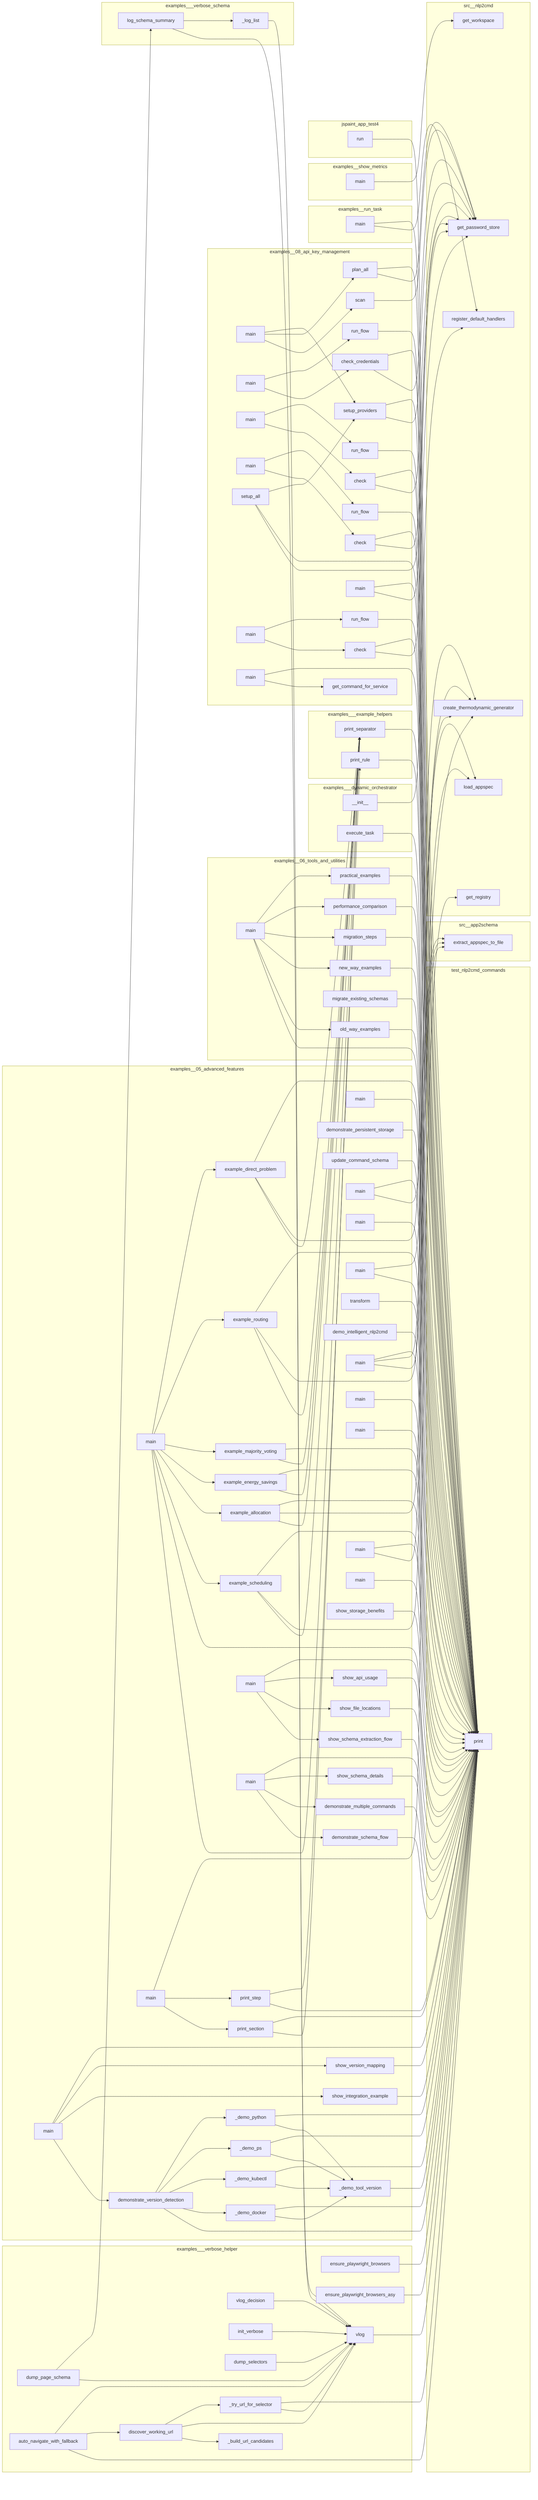
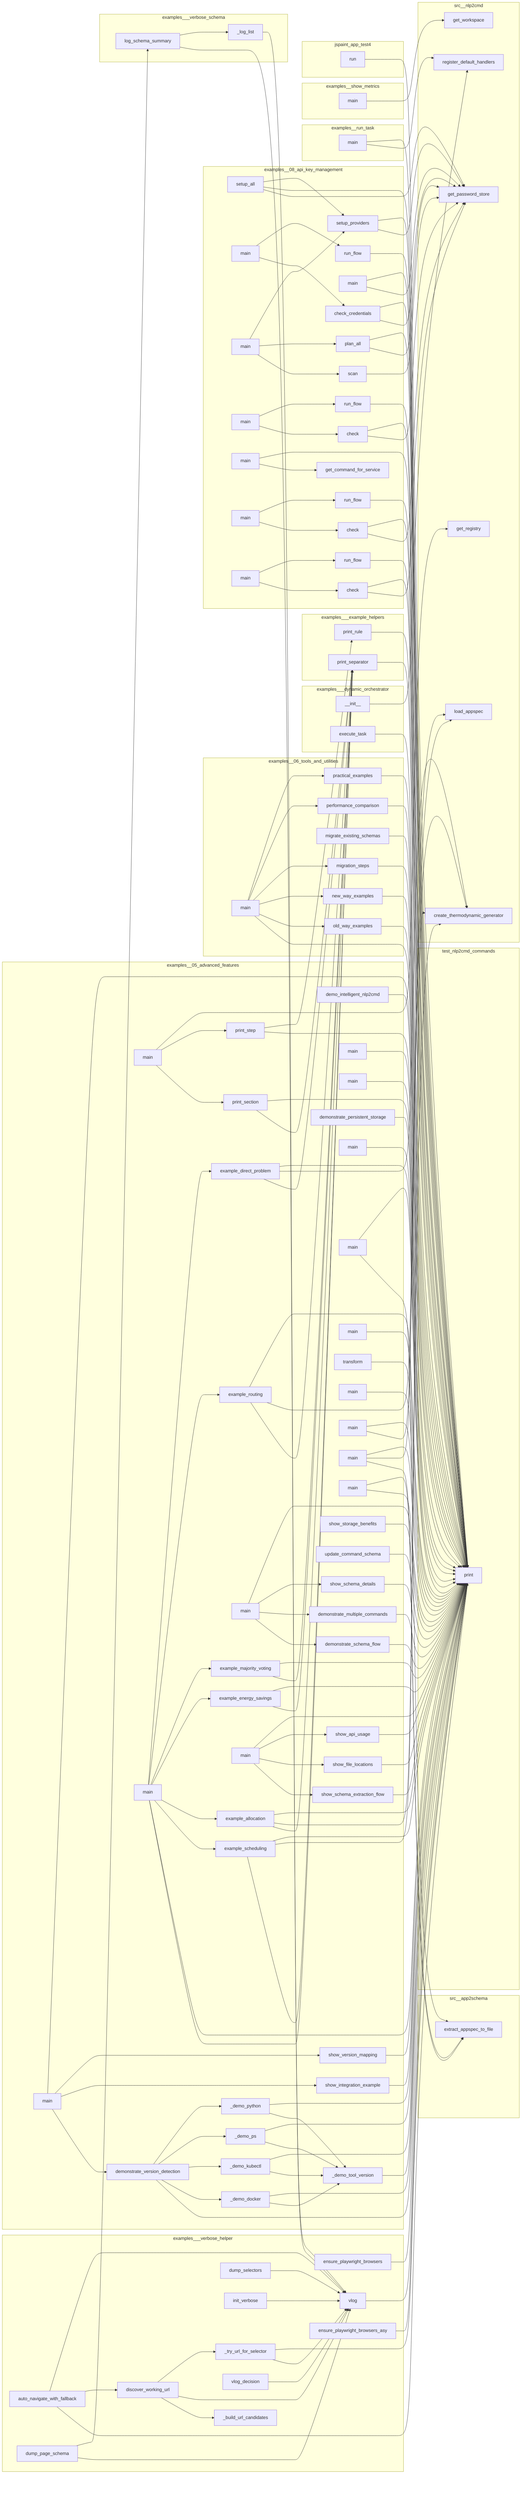
flowchart LR
%% generated in 0.08s
    subgraph examples__05_advanced_features
+         examples__05_advanced_features__dynamic_schemas__demo_version_detection___demo_tool_version["_demo_tool_version"]
+         examples__05_advanced_features__dynamic_schemas__demo_version_detection__demonstrate_version_detection["demonstrate_version_detection"]
+         examples__05_advanced_features__schema_driven_architecture__end_to_end_demo__main["main"]
+         examples__05_advanced_features__dynamic_schemas__demo_intelligent_nlp2cmd__demo_intelligent_nlp2cmd["demo_intelligent_nlp2cmd"]
+         examples__05_advanced_features__dynamic_schemas__schema_flow_demo__show_api_usage["show_api_usage"]
        examples__05_advanced_features__dynamic_schemas__schema_flow_demo__show_schema_extraction_flow["show_schema_extraction_flow"]
+         examples__05_advanced_features__schema_driven_architecture__04_plan_executor__demo__main["main"]
+         examples__05_advanced_features__thermodynamic_computing__example__example_majority_voting["example_majority_voting"]
+         examples__05_advanced_features__thermodynamic_computing__example__example_energy_savings["example_energy_savings"]
+         examples__05_advanced_features__dynamic_schemas__demo_version_detection__main["main"]
+         examples__05_advanced_features__thermodynamic_computing__example__main["main"]
+         examples__05_advanced_features__dynamic_schemas__simple_schema_demo__main["main"]
+         examples__05_advanced_features__thermodynamic_computing__example__example_routing["example_routing"]
+         examples__05_advanced_features__dynamic_schemas__demo_schema_flow__demonstrate_schema_flow["demonstrate_schema_flow"]
+         examples__05_advanced_features__dynamic_schemas__demo_persistent_storage__demonstrate_persistent_storage["demonstrate_persistent_storage"]
+         examples__05_advanced_features__schema_driven_architecture__03_llm_planner__demo__main["main"]
+         examples__05_advanced_features__dynamic_schemas__demo_version_detection___demo_ps["_demo_ps"]
+         examples__05_advanced_features__dynamic_schemas__demo_schema_flow__demonstrate_multiple_commands["demonstrate_multiple_commands"]
+         examples__05_advanced_features__dynamic_schemas__schema_flow_demo__show_file_locations["show_file_locations"]
+         examples__05_advanced_features__dynamic_schemas__demo_version_detection___demo_docker["_demo_docker"]
+         examples__05_advanced_features__dynamic_schemas__example__main["main"]
+         examples__05_advanced_features__dynamic_schemas__demo_version_detection__show_version_mapping["show_version_mapping"]
+         examples__05_advanced_features__schema_driven_architecture__02_decision_router__demo__main["main"]
+         examples__05_advanced_features__dynamic_schemas__demo_intelligent_nlp2cmd__IntelligentNLP2CMD__transform["transform"]
        examples__05_advanced_features__schema_driven_architecture__end_to_end_demo__print_step["print_step"]
-         examples__05_advanced_features__schema_driven_architecture__04_plan_executor__demo__main["main"]
+         examples__05_advanced_features__schema_driven_architecture__05_result_aggregator__demo__main["main"]
+         examples__05_advanced_features__dynamic_schemas__demo_schema_flow__main["main"]
+         examples__05_advanced_features__dynamic_schemas__demo_version_detection__show_integration_example["show_integration_example"]
+         examples__05_advanced_features__schema_driven_architecture__manual_appspec__main["main"]
+         examples__05_advanced_features__dynamic_schemas__demo_version_detection___demo_python["_demo_python"]
+         examples__05_advanced_features__schema_driven_architecture__end_to_end_demo__print_section["print_section"]
+         examples__05_advanced_features__dynamic_schemas__schema_flow_demo__main["main"]
+         examples__05_advanced_features__schema_driven_architecture__mvp__main["main"]
+         examples__05_advanced_features__thermodynamic_computing__example__example_scheduling["example_scheduling"]
+         examples__05_advanced_features__dynamic_schemas__demo_enhanced__main["main"]
+         examples__05_advanced_features__dynamic_schemas__demo_schema_flow__show_schema_details["show_schema_details"]
        examples__05_advanced_features__thermodynamic_computing__example__example_direct_problem["example_direct_problem"]
+         examples__05_advanced_features__thermodynamic_computing__example__example_allocation["example_allocation"]
        examples__05_advanced_features__dynamic_schemas__demo_version_detection___demo_kubectl["_demo_kubectl"]
-         examples__05_advanced_features__dynamic_schemas__demo_version_detection___demo_ps["_demo_ps"]
-         examples__05_advanced_features__dynamic_schemas__demo_persistent_storage__demonstrate_persistent_storage["demonstrate_persistent_storage"]
-         examples__05_advanced_features__dynamic_schemas__demo_version_detection___demo_python["_demo_python"]
+         examples__05_advanced_features__dynamic_schemas__demo_persistent_storage__show_storage_benefits["show_storage_benefits"]
        examples__05_advanced_features__dynamic_schemas__demo_intelligent_nlp2cmd__IntelligentNLP2CMD__update_command_schema["update_command_schema"]
-         examples__05_advanced_features__thermodynamic_computing__example__main["main"]
-         examples__05_advanced_features__dynamic_schemas__example__main["main"]
-         examples__05_advanced_features__schema_driven_architecture__02_decision_router__demo__main["main"]
-         examples__05_advanced_features__dynamic_schemas__schema_flow_demo__show_file_locations["show_file_locations"]
-         examples__05_advanced_features__dynamic_schemas__demo_version_detection___demo_tool_version["_demo_tool_version"]
-         examples__05_advanced_features__thermodynamic_computing__example__example_routing["example_routing"]
-         examples__05_advanced_features__dynamic_schemas__demo_enhanced__main["main"]
-         examples__05_advanced_features__thermodynamic_computing__example__example_allocation["example_allocation"]
-         examples__05_advanced_features__dynamic_schemas__demo_intelligent_nlp2cmd__IntelligentNLP2CMD__transform["transform"]
-         examples__05_advanced_features__dynamic_schemas__demo_intelligent_nlp2cmd__demo_intelligent_nlp2cmd["demo_intelligent_nlp2cmd"]
-         examples__05_advanced_features__dynamic_schemas__schema_flow_demo__main["main"]
-         examples__05_advanced_features__dynamic_schemas__demo_schema_flow__main["main"]
-         examples__05_advanced_features__schema_driven_architecture__mvp__main["main"]
-         examples__05_advanced_features__dynamic_schemas__demo_version_detection__show_integration_example["show_integration_example"]
-         examples__05_advanced_features__schema_driven_architecture__05_result_aggregator__demo__main["main"]
-         examples__05_advanced_features__schema_driven_architecture__end_to_end_demo__main["main"]
-         examples__05_advanced_features__dynamic_schemas__simple_schema_demo__main["main"]
-         examples__05_advanced_features__dynamic_schemas__demo_version_detection__demonstrate_version_detection["demonstrate_version_detection"]
-         examples__05_advanced_features__dynamic_schemas__demo_schema_flow__demonstrate_multiple_commands["demonstrate_multiple_commands"]
-         examples__05_advanced_features__dynamic_schemas__demo_version_detection___demo_docker["_demo_docker"]
-         examples__05_advanced_features__thermodynamic_computing__example__example_energy_savings["example_energy_savings"]
-         examples__05_advanced_features__dynamic_schemas__schema_flow_demo__show_api_usage["show_api_usage"]
-         examples__05_advanced_features__schema_driven_architecture__end_to_end_demo__print_section["print_section"]
-         examples__05_advanced_features__dynamic_schemas__demo_version_detection__show_version_mapping["show_version_mapping"]
-         examples__05_advanced_features__dynamic_schemas__demo_schema_flow__demonstrate_schema_flow["demonstrate_schema_flow"]
-         examples__05_advanced_features__dynamic_schemas__demo_schema_flow__show_schema_details["show_schema_details"]
-         examples__05_advanced_features__schema_driven_architecture__manual_appspec__main["main"]
-         examples__05_advanced_features__schema_driven_architecture__03_llm_planner__demo__main["main"]
-         examples__05_advanced_features__thermodynamic_computing__example__example_scheduling["example_scheduling"]
-         examples__05_advanced_features__thermodynamic_computing__example__example_majority_voting["example_majority_voting"]
-         examples__05_advanced_features__dynamic_schemas__demo_version_detection__main["main"]
-         examples__05_advanced_features__dynamic_schemas__demo_persistent_storage__show_storage_benefits["show_storage_benefits"]
    end
    subgraph examples__06_tools_and_utilities
        examples__06_tools_and_utilities__migration_tools__guide__new_way_examples["new_way_examples"]
+         examples__06_tools_and_utilities__migration_tools__guide__practical_examples["practical_examples"]
+         examples__06_tools_and_utilities__migration_tools__demo_versioned_schemas__migrate_existing_schemas["migrate_existing_schemas"]
+         examples__06_tools_and_utilities__migration_tools__guide__main["main"]
+         examples__06_tools_and_utilities__migration_tools__guide__performance_comparison["performance_comparison"]
+         examples__06_tools_and_utilities__migration_tools__guide__migration_steps["migration_steps"]
        examples__06_tools_and_utilities__migration_tools__guide__old_way_examples["old_way_examples"]
-         examples__06_tools_and_utilities__migration_tools__guide__migration_steps["migration_steps"]
-         examples__06_tools_and_utilities__migration_tools__guide__performance_comparison["performance_comparison"]
-         examples__06_tools_and_utilities__migration_tools__demo_versioned_schemas__migrate_existing_schemas["migrate_existing_schemas"]
-         examples__06_tools_and_utilities__migration_tools__guide__practical_examples["practical_examples"]
-         examples__06_tools_and_utilities__migration_tools__guide__main["main"]
    end
    subgraph examples__08_api_key_management
+         examples__08_api_key_management__03_github_token__run__check["check"]
+         examples__08_api_key_management__02_openrouter_key__run__check_credentials["check_credentials"]
+         examples__08_api_key_management__04_huggingface_token__run__run_flow["run_flow"]
        examples__08_api_key_management__04_huggingface_token__run__check["check"]
+         examples__08_api_key_management__06_multi_provider__run__setup_all["setup_all"]
+         examples__08_api_key_management__01_diagnose_credentials__run__main["main"]
+         examples__08_api_key_management__05_openai_key__run__run_flow["run_flow"]
+         examples__08_api_key_management__02_openrouter_key__run__main["main"]
+         examples__08_api_key_management__06_multi_provider__run__plan_all["plan_all"]
+         examples__08_api_key_management__02_openrouter_key__run__run_flow["run_flow"]
        examples__08_api_key_management__06_multi_provider__run__main["main"]
-         examples__08_api_key_management__02_openrouter_key__run__main["main"]
-         examples__08_api_key_management__04_huggingface_token__run__run_flow["run_flow"]
+         examples__08_api_key_management__06_multi_provider__run__scan["scan"]
+         examples__08_api_key_management__04_huggingface_token__run__main["main"]
+         examples__08_api_key_management__01_diagnose_credentials_nlp2cmd__main["main"]
+         examples__08_api_key_management__05_openai_key__run__main["main"]
+         examples__08_api_key_management__03_github_token__run__main["main"]
+         examples__08_api_key_management__05_openai_key__run__check["check"]
+         examples__08_api_key_management__01_diagnose_credentials_nlp2cmd__get_command_for_service["get_command_for_service"]
+         examples__08_api_key_management__06_multi_provider__run__setup_providers["setup_providers"]
        examples__08_api_key_management__03_github_token__run__run_flow["run_flow"]
-         examples__08_api_key_management__05_openai_key__run__main["main"]
-         examples__08_api_key_management__05_openai_key__run__run_flow["run_flow"]
-         examples__08_api_key_management__02_openrouter_key__run__run_flow["run_flow"]
-         examples__08_api_key_management__04_huggingface_token__run__main["main"]
-         examples__08_api_key_management__06_multi_provider__run__plan_all["plan_all"]
-         examples__08_api_key_management__02_openrouter_key__run__check_credentials["check_credentials"]
-         examples__08_api_key_management__06_multi_provider__run__setup_providers["setup_providers"]
-         examples__08_api_key_management__01_diagnose_credentials_nlp2cmd__get_command_for_service["get_command_for_service"]
-         examples__08_api_key_management__06_multi_provider__run__setup_all["setup_all"]
-         examples__08_api_key_management__03_github_token__run__main["main"]
-         examples__08_api_key_management__06_multi_provider__run__scan["scan"]
-         examples__08_api_key_management__03_github_token__run__check["check"]
-         examples__08_api_key_management__01_diagnose_credentials__run__main["main"]
-         examples__08_api_key_management__05_openai_key__run__check["check"]
-         examples__08_api_key_management__01_diagnose_credentials_nlp2cmd__main["main"]
    end
    subgraph examples___dynamic_orchestrator
        examples___dynamic_orchestrator__DynamicOrchestrator____init__["__init__"]
        examples___dynamic_orchestrator__DynamicOrchestrator__execute_task["execute_task"]
    end
    subgraph examples___example_helpers
        examples___example_helpers__print_separator["print_separator"]
        examples___example_helpers__print_rule["print_rule"]
    end
    subgraph examples___verbose_helper
+         examples___verbose_helper___try_url_for_selector["_try_url_for_selector"]
+         examples___verbose_helper__auto_navigate_with_fallback["auto_navigate_with_fallback"]
        examples___verbose_helper__dump_page_schema["dump_page_schema"]
-         examples___verbose_helper__vlog_decision["vlog_decision"]
+         examples___verbose_helper__dump_selectors["dump_selectors"]
+         examples___verbose_helper__discover_working_url["discover_working_url"]
        examples___verbose_helper__ensure_playwright_browsers["ensure_playwright_browsers"]
        examples___verbose_helper__init_verbose["init_verbose"]
+         examples___verbose_helper__vlog["vlog"]
+         examples___verbose_helper___build_url_candidates["_build_url_candidates"]
        examples___verbose_helper__ensure_playwright_browsers_async["ensure_playwright_browsers_asy"]
-         examples___verbose_helper__dump_selectors["dump_selectors"]
-         examples___verbose_helper___try_url_for_selector["_try_url_for_selector"]
-         examples___verbose_helper__discover_working_url["discover_working_url"]
-         examples___verbose_helper___build_url_candidates["_build_url_candidates"]
-         examples___verbose_helper__vlog["vlog"]
-         examples___verbose_helper__auto_navigate_with_fallback["auto_navigate_with_fallback"]
+         examples___verbose_helper__vlog_decision["vlog_decision"]
    end
    subgraph examples___verbose_schema
+         examples___verbose_schema__log_schema_summary["log_schema_summary"]
        examples___verbose_schema___log_list["_log_list"]
-         examples___verbose_schema__log_schema_summary["log_schema_summary"]
    end
    subgraph examples__run_task
        examples__run_task__main["main"]
    end
    subgraph examples__show_metrics
        examples__show_metrics__main["main"]
    end
    subgraph jspaint_app_test4
        jspaint_app_test4__run["run"]
    end
    subgraph src__app2schema
        src__app2schema__extract__extract_appspec_to_file["extract_appspec_to_file"]
    end
    subgraph src__nlp2cmd
+         src__nlp2cmd__automation__password_store__get_password_store["get_password_store"]
+         src__nlp2cmd__generation__thermodynamic__create_thermodynamic_generator["create_thermodynamic_generator"]
        src__nlp2cmd__appspec_runtime__load_appspec["load_appspec"]
-         src__nlp2cmd__generation__thermodynamic__create_thermodynamic_generator["create_thermodynamic_generator"]
-         src__nlp2cmd__orchestration__handlers__register_default_handlers["register_default_handlers"]
        src__nlp2cmd__orchestration__learned_path__get_workspace["get_workspace"]
        src__nlp2cmd__registry__get_registry__get_registry["get_registry"]
-         src__nlp2cmd__automation__password_store__get_password_store["get_password_store"]
+         src__nlp2cmd__orchestration__handlers__register_default_handlers["register_default_handlers"]
    end
    subgraph test_nlp2cmd_commands
        test_nlp2cmd_commands__print["print"]
    end
    jspaint_app_test4__run --> test_nlp2cmd_commands__print
    examples__show_metrics__main --> src__nlp2cmd__orchestration__learned_path__get_workspace
    examples___verbose_schema___log_list --> examples___verbose_helper__vlog
    examples___verbose_schema__log_schema_summary --> examples___verbose_helper__vlog
    examples___verbose_schema__log_schema_summary --> examples___verbose_schema___log_list
    examples___dynamic_orchestrator__DynamicOrchestrator____init__ --> src__nlp2cmd__orchestration__handlers__register_default_handlers
    examples___dynamic_orchestrator__DynamicOrchestrator__execute_task --> test_nlp2cmd_commands__print
    examples___example_helpers__print_separator --> test_nlp2cmd_commands__print
    examples___example_helpers__print_rule --> test_nlp2cmd_commands__print
    examples___verbose_helper__init_verbose --> examples___verbose_helper__vlog
    examples___verbose_helper__vlog --> test_nlp2cmd_commands__print
    examples___verbose_helper__dump_page_schema --> examples___verbose_helper__vlog
    examples___verbose_helper__dump_page_schema --> examples___verbose_schema__log_schema_summary
    examples___verbose_helper__dump_selectors --> examples___verbose_helper__vlog
    examples___verbose_helper__vlog_decision --> examples___verbose_helper__vlog
    examples___verbose_helper__ensure_playwright_browsers --> test_nlp2cmd_commands__print
    examples___verbose_helper__ensure_playwright_browsers_async --> test_nlp2cmd_commands__print
    examples___verbose_helper___try_url_for_selector --> examples___verbose_helper__vlog
    examples___verbose_helper___try_url_for_selector --> test_nlp2cmd_commands__print
    examples___verbose_helper__discover_working_url --> examples___verbose_helper___build_url_candidates
    examples___verbose_helper__discover_working_url --> examples___verbose_helper__vlog
    examples___verbose_helper__discover_working_url --> examples___verbose_helper___try_url_for_selector
    examples___verbose_helper__auto_navigate_with_fallback --> test_nlp2cmd_commands__print
    examples___verbose_helper__auto_navigate_with_fallback --> examples___verbose_helper__discover_working_url
    examples___verbose_helper__auto_navigate_with_fallback --> examples___verbose_helper__vlog
    examples__run_task__main --> src__nlp2cmd__orchestration__handlers__register_default_handlers
    examples__run_task__main --> test_nlp2cmd_commands__print
    examples__05_advanced_features__thermodynamic_computing__example__example_scheduling --> examples___example_helpers__print_separator
    examples__05_advanced_features__thermodynamic_computing__example__example_scheduling --> src__nlp2cmd__generation__thermodynamic__create_thermodynamic_generator
    examples__05_advanced_features__thermodynamic_computing__example__example_scheduling --> test_nlp2cmd_commands__print
    examples__05_advanced_features__thermodynamic_computing__example__example_allocation --> examples___example_helpers__print_separator
    examples__05_advanced_features__thermodynamic_computing__example__example_allocation --> src__nlp2cmd__generation__thermodynamic__create_thermodynamic_generator
    examples__05_advanced_features__thermodynamic_computing__example__example_allocation --> test_nlp2cmd_commands__print
    examples__05_advanced_features__thermodynamic_computing__example__example_energy_savings --> examples___example_helpers__print_separator
    examples__05_advanced_features__thermodynamic_computing__example__example_energy_savings --> test_nlp2cmd_commands__print
    examples__05_advanced_features__thermodynamic_computing__example__example_majority_voting --> examples___example_helpers__print_separator
    examples__05_advanced_features__thermodynamic_computing__example__example_majority_voting --> test_nlp2cmd_commands__print
    examples__05_advanced_features__thermodynamic_computing__example__example_routing --> examples___example_helpers__print_separator
    examples__05_advanced_features__thermodynamic_computing__example__example_routing --> src__nlp2cmd__generation__thermodynamic__create_thermodynamic_generator
    examples__05_advanced_features__thermodynamic_computing__example__example_routing --> test_nlp2cmd_commands__print
    examples__05_advanced_features__thermodynamic_computing__example__example_direct_problem --> examples___example_helpers__print_separator
    examples__05_advanced_features__thermodynamic_computing__example__example_direct_problem --> src__nlp2cmd__generation__thermodynamic__create_thermodynamic_generator
    examples__05_advanced_features__thermodynamic_computing__example__example_direct_problem --> test_nlp2cmd_commands__print
    examples__05_advanced_features__thermodynamic_computing__example__main --> examples___example_helpers__print_separator
    examples__05_advanced_features__thermodynamic_computing__example__main --> test_nlp2cmd_commands__print
    examples__05_advanced_features__thermodynamic_computing__example__main --> examples__05_advanced_features__thermodynamic_computing__example__example_scheduling
    examples__05_advanced_features__thermodynamic_computing__example__main --> examples__05_advanced_features__thermodynamic_computing__example__example_allocation
    examples__05_advanced_features__thermodynamic_computing__example__main --> examples__05_advanced_features__thermodynamic_computing__example__example_energy_savings
    examples__05_advanced_features__thermodynamic_computing__example__main --> examples__05_advanced_features__thermodynamic_computing__example__example_majority_voting
    examples__05_advanced_features__thermodynamic_computing__example__main --> examples__05_advanced_features__thermodynamic_computing__example__example_routing
    examples__05_advanced_features__thermodynamic_computing__example__main --> examples__05_advanced_features__thermodynamic_computing__example__example_direct_problem
    examples__05_advanced_features__schema_driven_architecture__manual_appspec__main --> src__nlp2cmd__appspec_runtime__load_appspec
    examples__05_advanced_features__schema_driven_architecture__manual_appspec__main --> test_nlp2cmd_commands__print
    examples__05_advanced_features__schema_driven_architecture__end_to_end_demo__print_section --> examples___example_helpers__print_separator
    examples__05_advanced_features__schema_driven_architecture__end_to_end_demo__print_section --> test_nlp2cmd_commands__print
    examples__05_advanced_features__schema_driven_architecture__end_to_end_demo__print_step --> test_nlp2cmd_commands__print
    examples__05_advanced_features__schema_driven_architecture__end_to_end_demo__print_step --> examples___example_helpers__print_rule
    examples__05_advanced_features__schema_driven_architecture__end_to_end_demo__main --> examples__05_advanced_features__schema_driven_architecture__end_to_end_demo__print_section
    examples__05_advanced_features__schema_driven_architecture__end_to_end_demo__main --> examples__05_advanced_features__schema_driven_architecture__end_to_end_demo__print_step
    examples__05_advanced_features__schema_driven_architecture__end_to_end_demo__main --> src__nlp2cmd__registry__get_registry__get_registry
    examples__05_advanced_features__schema_driven_architecture__mvp__main --> src__app2schema__extract__extract_appspec_to_file
    examples__05_advanced_features__schema_driven_architecture__mvp__main --> src__nlp2cmd__appspec_runtime__load_appspec
    examples__05_advanced_features__schema_driven_architecture__mvp__main --> test_nlp2cmd_commands__print
    examples__05_advanced_features__schema_driven_architecture__05_result_aggregator__demo__main --> test_nlp2cmd_commands__print
    examples__05_advanced_features__schema_driven_architecture__02_decision_router__demo__main --> test_nlp2cmd_commands__print
    examples__05_advanced_features__schema_driven_architecture__04_plan_executor__demo__main --> test_nlp2cmd_commands__print
    examples__05_advanced_features__schema_driven_architecture__03_llm_planner__demo__main --> test_nlp2cmd_commands__print
    examples__05_advanced_features__dynamic_schemas__simple_schema_demo__main --> test_nlp2cmd_commands__print
    examples__05_advanced_features__dynamic_schemas__demo_intelligent_nlp2cmd__IntelligentNLP2CMD__transform --> test_nlp2cmd_commands__print
    examples__05_advanced_features__dynamic_schemas__demo_intelligent_nlp2cmd__IntelligentNLP2CMD__update_command_schema --> test_nlp2cmd_commands__print
    examples__05_advanced_features__dynamic_schemas__demo_intelligent_nlp2cmd__demo_intelligent_nlp2cmd --> test_nlp2cmd_commands__print
    examples__05_advanced_features__dynamic_schemas__demo_persistent_storage__demonstrate_persistent_storage --> test_nlp2cmd_commands__print
    examples__05_advanced_features__dynamic_schemas__demo_persistent_storage__show_storage_benefits --> test_nlp2cmd_commands__print
    examples__05_advanced_features__dynamic_schemas__demo_enhanced__main --> test_nlp2cmd_commands__print
    examples__05_advanced_features__dynamic_schemas__demo_enhanced__main --> src__app2schema__extract__extract_appspec_to_file
    examples__05_advanced_features__dynamic_schemas__demo_schema_flow__demonstrate_schema_flow --> test_nlp2cmd_commands__print
    examples__05_advanced_features__dynamic_schemas__demo_schema_flow__demonstrate_multiple_commands --> test_nlp2cmd_commands__print
    examples__05_advanced_features__dynamic_schemas__demo_schema_flow__show_schema_details --> test_nlp2cmd_commands__print
    examples__05_advanced_features__dynamic_schemas__demo_schema_flow__main --> examples__05_advanced_features__dynamic_schemas__demo_schema_flow__demonstrate_schema_flow
    examples__05_advanced_features__dynamic_schemas__demo_schema_flow__main --> examples__05_advanced_features__dynamic_schemas__demo_schema_flow__demonstrate_multiple_commands
    examples__05_advanced_features__dynamic_schemas__demo_schema_flow__main --> examples__05_advanced_features__dynamic_schemas__demo_schema_flow__show_schema_details
    examples__05_advanced_features__dynamic_schemas__demo_schema_flow__main --> test_nlp2cmd_commands__print
    examples__05_advanced_features__dynamic_schemas__demo_version_detection___demo_tool_version --> test_nlp2cmd_commands__print
    examples__05_advanced_features__dynamic_schemas__demo_version_detection___demo_docker --> examples__05_advanced_features__dynamic_schemas__demo_version_detection___demo_tool_version
    examples__05_advanced_features__dynamic_schemas__demo_version_detection___demo_docker --> test_nlp2cmd_commands__print
    examples__05_advanced_features__dynamic_schemas__demo_version_detection___demo_kubectl --> examples__05_advanced_features__dynamic_schemas__demo_version_detection___demo_tool_version
    examples__05_advanced_features__dynamic_schemas__demo_version_detection___demo_kubectl --> test_nlp2cmd_commands__print
    examples__05_advanced_features__dynamic_schemas__demo_version_detection___demo_ps --> examples__05_advanced_features__dynamic_schemas__demo_version_detection___demo_tool_version
    examples__05_advanced_features__dynamic_schemas__demo_version_detection___demo_ps --> test_nlp2cmd_commands__print
    examples__05_advanced_features__dynamic_schemas__demo_version_detection___demo_python --> examples__05_advanced_features__dynamic_schemas__demo_version_detection___demo_tool_version
    examples__05_advanced_features__dynamic_schemas__demo_version_detection___demo_python --> test_nlp2cmd_commands__print
    examples__05_advanced_features__dynamic_schemas__demo_version_detection__demonstrate_version_detection --> test_nlp2cmd_commands__print
    examples__05_advanced_features__dynamic_schemas__demo_version_detection__demonstrate_version_detection --> examples__05_advanced_features__dynamic_schemas__demo_version_detection___demo_docker
    examples__05_advanced_features__dynamic_schemas__demo_version_detection__demonstrate_version_detection --> examples__05_advanced_features__dynamic_schemas__demo_version_detection___demo_kubectl
    examples__05_advanced_features__dynamic_schemas__demo_version_detection__demonstrate_version_detection --> examples__05_advanced_features__dynamic_schemas__demo_version_detection___demo_ps
    examples__05_advanced_features__dynamic_schemas__demo_version_detection__demonstrate_version_detection --> examples__05_advanced_features__dynamic_schemas__demo_version_detection___demo_python
    examples__05_advanced_features__dynamic_schemas__demo_version_detection__show_integration_example --> test_nlp2cmd_commands__print
    examples__05_advanced_features__dynamic_schemas__demo_version_detection__show_version_mapping --> test_nlp2cmd_commands__print
    examples__05_advanced_features__dynamic_schemas__demo_version_detection__main --> examples__05_advanced_features__dynamic_schemas__demo_version_detection__demonstrate_version_detection
    examples__05_advanced_features__dynamic_schemas__demo_version_detection__main --> examples__05_advanced_features__dynamic_schemas__demo_version_detection__show_integration_example
    examples__05_advanced_features__dynamic_schemas__demo_version_detection__main --> examples__05_advanced_features__dynamic_schemas__demo_version_detection__show_version_mapping
    examples__05_advanced_features__dynamic_schemas__demo_version_detection__main --> test_nlp2cmd_commands__print
    examples__05_advanced_features__dynamic_schemas__schema_flow_demo__show_schema_extraction_flow --> test_nlp2cmd_commands__print
    examples__05_advanced_features__dynamic_schemas__schema_flow_demo__show_file_locations --> test_nlp2cmd_commands__print
    examples__05_advanced_features__dynamic_schemas__schema_flow_demo__show_api_usage --> test_nlp2cmd_commands__print
    examples__05_advanced_features__dynamic_schemas__schema_flow_demo__main --> examples__05_advanced_features__dynamic_schemas__schema_flow_demo__show_schema_extraction_flow
    examples__05_advanced_features__dynamic_schemas__schema_flow_demo__main --> examples__05_advanced_features__dynamic_schemas__schema_flow_demo__show_file_locations
    examples__05_advanced_features__dynamic_schemas__schema_flow_demo__main --> examples__05_advanced_features__dynamic_schemas__schema_flow_demo__show_api_usage
    examples__05_advanced_features__dynamic_schemas__schema_flow_demo__main --> test_nlp2cmd_commands__print
    examples__05_advanced_features__dynamic_schemas__example__main --> src__app2schema__extract__extract_appspec_to_file
    examples__05_advanced_features__dynamic_schemas__example__main --> test_nlp2cmd_commands__print
    examples__08_api_key_management__01_diagnose_credentials_nlp2cmd__main --> examples__08_api_key_management__01_diagnose_credentials_nlp2cmd__get_command_for_service
    examples__08_api_key_management__01_diagnose_credentials_nlp2cmd__main --> test_nlp2cmd_commands__print
    examples__08_api_key_management__05_openai_key__run__check --> src__nlp2cmd__automation__password_store__get_password_store
    examples__08_api_key_management__05_openai_key__run__check --> test_nlp2cmd_commands__print
    examples__08_api_key_management__05_openai_key__run__run_flow --> test_nlp2cmd_commands__print
    examples__08_api_key_management__05_openai_key__run__main --> examples__08_api_key_management__05_openai_key__run__check
    examples__08_api_key_management__05_openai_key__run__main --> examples__08_api_key_management__05_openai_key__run__run_flow
    examples__08_api_key_management__01_diagnose_credentials__run__main --> src__nlp2cmd__automation__password_store__get_password_store
    examples__08_api_key_management__01_diagnose_credentials__run__main --> test_nlp2cmd_commands__print
    examples__08_api_key_management__06_multi_provider__run__scan --> src__nlp2cmd__automation__password_store__get_password_store
    examples__08_api_key_management__06_multi_provider__run__plan_all --> src__nlp2cmd__automation__password_store__get_password_store
    examples__08_api_key_management__06_multi_provider__run__plan_all --> test_nlp2cmd_commands__print
    examples__08_api_key_management__06_multi_provider__run__setup_providers --> src__nlp2cmd__automation__password_store__get_password_store
    examples__08_api_key_management__06_multi_provider__run__setup_providers --> test_nlp2cmd_commands__print
    examples__08_api_key_management__06_multi_provider__run__setup_all --> src__nlp2cmd__automation__password_store__get_password_store
    examples__08_api_key_management__06_multi_provider__run__setup_all --> test_nlp2cmd_commands__print
    examples__08_api_key_management__06_multi_provider__run__setup_all --> examples__08_api_key_management__06_multi_provider__run__setup_providers
    examples__08_api_key_management__06_multi_provider__run__main --> examples__08_api_key_management__06_multi_provider__run__scan
    examples__08_api_key_management__06_multi_provider__run__main --> examples__08_api_key_management__06_multi_provider__run__plan_all
    examples__08_api_key_management__06_multi_provider__run__main --> examples__08_api_key_management__06_multi_provider__run__setup_providers
    examples__08_api_key_management__02_openrouter_key__run__check_credentials --> src__nlp2cmd__automation__password_store__get_password_store
    examples__08_api_key_management__02_openrouter_key__run__check_credentials --> test_nlp2cmd_commands__print
    examples__08_api_key_management__02_openrouter_key__run__run_flow --> test_nlp2cmd_commands__print
    examples__08_api_key_management__02_openrouter_key__run__main --> examples__08_api_key_management__02_openrouter_key__run__check_credentials
    examples__08_api_key_management__02_openrouter_key__run__main --> examples__08_api_key_management__02_openrouter_key__run__run_flow
    examples__08_api_key_management__03_github_token__run__check --> src__nlp2cmd__automation__password_store__get_password_store
    examples__08_api_key_management__03_github_token__run__check --> test_nlp2cmd_commands__print
    examples__08_api_key_management__03_github_token__run__run_flow --> test_nlp2cmd_commands__print
    examples__08_api_key_management__03_github_token__run__main --> examples__08_api_key_management__03_github_token__run__check
    examples__08_api_key_management__03_github_token__run__main --> examples__08_api_key_management__03_github_token__run__run_flow
    examples__08_api_key_management__04_huggingface_token__run__check --> src__nlp2cmd__automation__password_store__get_password_store
    examples__08_api_key_management__04_huggingface_token__run__check --> test_nlp2cmd_commands__print
    examples__08_api_key_management__04_huggingface_token__run__run_flow --> test_nlp2cmd_commands__print
    examples__08_api_key_management__04_huggingface_token__run__main --> examples__08_api_key_management__04_huggingface_token__run__check
    examples__08_api_key_management__04_huggingface_token__run__main --> examples__08_api_key_management__04_huggingface_token__run__run_flow
    examples__06_tools_and_utilities__migration_tools__guide__old_way_examples --> test_nlp2cmd_commands__print
    examples__06_tools_and_utilities__migration_tools__guide__new_way_examples --> test_nlp2cmd_commands__print
    examples__06_tools_and_utilities__migration_tools__guide__migration_steps --> test_nlp2cmd_commands__print
    examples__06_tools_and_utilities__migration_tools__guide__performance_comparison --> test_nlp2cmd_commands__print
    examples__06_tools_and_utilities__migration_tools__guide__practical_examples --> test_nlp2cmd_commands__print
    examples__06_tools_and_utilities__migration_tools__guide__main --> test_nlp2cmd_commands__print
    examples__06_tools_and_utilities__migration_tools__guide__main --> examples__06_tools_and_utilities__migration_tools__guide__old_way_examples
    examples__06_tools_and_utilities__migration_tools__guide__main --> examples__06_tools_and_utilities__migration_tools__guide__new_way_examples
    examples__06_tools_and_utilities__migration_tools__guide__main --> examples__06_tools_and_utilities__migration_tools__guide__migration_steps
    examples__06_tools_and_utilities__migration_tools__guide__main --> examples__06_tools_and_utilities__migration_tools__guide__performance_comparison
    examples__06_tools_and_utilities__migration_tools__guide__main --> examples__06_tools_and_utilities__migration_tools__guide__practical_examples
    examples__06_tools_and_utilities__migration_tools__demo_versioned_schemas__migrate_existing_schemas --> test_nlp2cmd_commands__print
